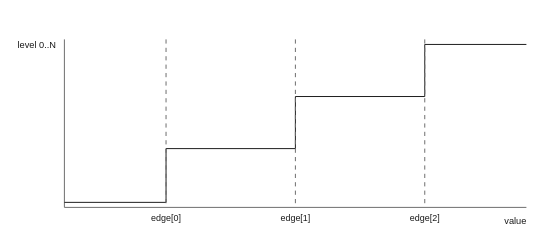
The draw.io diagram images/logic/block_StaircaseN.drawio.svg in pstch/botanik2, before a commit. Source tidied: cells renumbered, new cells last; positions are measured from the earlier drawing's top-left corner, leaving out a move shared by most shapes.
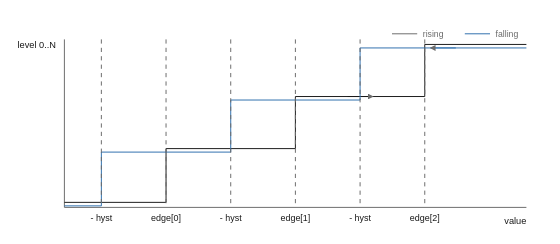
The same file after the commit.

Change to the diagram source:
```diff
@@ -31,30 +31,101 @@
         </Array>
       </mxGeometry>
     </mxCell>
-    <mxCell id="6" style="edgeStyle=none;html=1;strokeColor=#6b6b6b;endArrow=none;dashed=1;" parent="1" edge="1">
+    <mxCell id="6" style="edgeStyle=none;html=1;strokeColor=#1a1a1a;endArrow=block;" parent="1" edge="1">
       <mxGeometry relative="1" as="geometry">
-        <mxPoint x="78.6" y="1" as="sourcePoint" />
-        <mxPoint x="78.6" y="121" as="targetPoint" />
+        <mxPoint x="208.2" y="41.8" as="sourcePoint" />
+        <mxPoint x="226.2" y="41.8" as="targetPoint" />
       </mxGeometry>
     </mxCell>
+    <mxCell id="12" style="edgeStyle=none;html=1;strokeColor=#2f6fae;endArrow=none;" parent="1" edge="1">
+      <mxGeometry relative="1" as="geometry">
+        <mxPoint x="336" y="7.1" as="sourcePoint" />
+        <mxPoint x="6" y="119.9" as="targetPoint" />
+        <Array as="points">
+          <mxPoint x="217.2" y="7.1" />
+          <mxPoint x="217.2" y="44.3" />
+          <mxPoint x="124.8" y="44.3" />
+          <mxPoint x="124.8" y="81.5" />
+          <mxPoint x="32.4" y="81.5" />
+          <mxPoint x="32.4" y="119.9" />
+        </Array>
+      </mxGeometry>
+    </mxCell>
+    <mxCell id="8" style="edgeStyle=none;html=1;strokeColor=#2f6fae;endArrow=block;" parent="1" edge="1">
+      <mxGeometry relative="1" as="geometry">
+        <mxPoint x="285.6" y="7.1" as="sourcePoint" />
+        <mxPoint x="267.6" y="7.1" as="targetPoint" />
+      </mxGeometry>
+    </mxCell>
+    <mxCell id="13" style="edgeStyle=none;html=1;strokeColor=#6b6b6b;endArrow=none;" parent="1" edge="1">
+      <mxGeometry relative="1" as="geometry">
+        <mxPoint x="240" y="-3" as="sourcePoint" />
+        <mxPoint x="258" y="-3" as="targetPoint" />
+      </mxGeometry>
+    </mxCell>
+    <mxCell id="14" value="rising" style="text;html=1;fontSize=6;fontColor=#6b6b6b;align=left;" parent="1" vertex="1">
+      <mxGeometry x="262" y="-7.2" width="40" height="10.2" as="geometry" />
+    </mxCell>
+    <mxCell id="15" style="edgeStyle=none;html=1;strokeColor=#2f6fae;endArrow=none;" parent="1" edge="1">
+      <mxGeometry relative="1" as="geometry">
+        <mxPoint x="292" y="-3" as="sourcePoint" />
+        <mxPoint x="310" y="-3" as="targetPoint" />
+      </mxGeometry>
+    </mxCell>
+    <mxCell id="16" value="falling" style="text;html=1;fontSize=6;fontColor=#6b6b6b;align=left;" parent="1" vertex="1">
+      <mxGeometry x="314" y="-7.2" width="40" height="10.2" as="geometry" />
+    </mxCell>
+    <mxCell id="17" style="edgeStyle=none;html=1;strokeColor=#6b6b6b;endArrow=none;dashed=1;" parent="1" edge="1">
+      <mxGeometry relative="1" as="geometry">
+        <mxPoint x="32.4" y="1" as="sourcePoint" />
+        <mxPoint x="32.4" y="121" as="targetPoint" />
+      </mxGeometry>
+    </mxCell>
+    <mxCell id="18" value="- hyst" style="text;html=1;fontSize=6;fontColor=#1a1a1a;align=center;" parent="1" vertex="1">
+      <mxGeometry x="32.4" y="124.6" width="40" height="10.4" as="geometry" />
+    </mxCell>
+    <mxCell id="19" style="edgeStyle=none;html=1;strokeColor=#6b6b6b;endArrow=none;dashed=1;" parent="1" edge="1">
+      <mxGeometry relative="1" as="geometry">
+        <mxPoint x="78.6" y="1" as="sourcePoint" />
+        <mxPoint x="78.6" y="121" as="targetPoint" />
+      </mxGeometry>
+    </mxCell>
     <mxCell id="7" value="edge[0]" style="text;html=1;fontSize=6;fontColor=#1a1a1a;align=center;" parent="1" vertex="1">
       <mxGeometry x="78.6" y="124.6" width="40" height="10.4" as="geometry" />
     </mxCell>
-    <mxCell id="8" style="edgeStyle=none;html=1;strokeColor=#6b6b6b;endArrow=none;dashed=1;" parent="1" edge="1">
-      <mxGeometry relative="1" as="geometry">
-        <mxPoint x="171" y="1" as="sourcePoint" />
-        <mxPoint x="171" y="121" as="targetPoint" />
-      </mxGeometry>
-    </mxCell>
+    <mxCell id="20" style="edgeStyle=none;html=1;strokeColor=#6b6b6b;endArrow=none;dashed=1;" parent="1" edge="1">
+      <mxGeometry relative="1" as="geometry">
+        <mxPoint x="124.8" y="1" as="sourcePoint" />
+        <mxPoint x="124.8" y="121" as="targetPoint" />
+      </mxGeometry>
+    </mxCell>
+    <mxCell id="21" value="- hyst" style="text;html=1;fontSize=6;fontColor=#1a1a1a;align=center;" parent="1" vertex="1">
+      <mxGeometry x="124.8" y="124.6" width="40" height="10.4" as="geometry" />
+    </mxCell>
+    <mxCell id="22" style="edgeStyle=none;html=1;strokeColor=#6b6b6b;endArrow=none;dashed=1;" parent="1" edge="1">
+      <mxGeometry relative="1" as="geometry">
+        <mxPoint x="171" y="1" as="sourcePoint" />
+        <mxPoint x="171" y="121" as="targetPoint" />
+      </mxGeometry>
+    </mxCell>
     <mxCell id="9" value="edge[1]" style="text;html=1;fontSize=6;fontColor=#1a1a1a;align=center;" parent="1" vertex="1">
       <mxGeometry x="171" y="124.6" width="40" height="10.4" as="geometry" />
     </mxCell>
-    <mxCell id="10" style="edgeStyle=none;html=1;strokeColor=#6b6b6b;endArrow=none;dashed=1;" parent="1" edge="1">
-      <mxGeometry relative="1" as="geometry">
-        <mxPoint x="263.4" y="1" as="sourcePoint" />
-        <mxPoint x="263.4" y="121" as="targetPoint" />
-      </mxGeometry>
-    </mxCell>
+    <mxCell id="23" style="edgeStyle=none;html=1;strokeColor=#6b6b6b;endArrow=none;dashed=1;" parent="1" edge="1">
+      <mxGeometry relative="1" as="geometry">
+        <mxPoint x="217.2" y="1" as="sourcePoint" />
+        <mxPoint x="217.2" y="121" as="targetPoint" />
+      </mxGeometry>
+    </mxCell>
+    <mxCell id="24" value="- hyst" style="text;html=1;fontSize=6;fontColor=#1a1a1a;align=center;" parent="1" vertex="1">
+      <mxGeometry x="217.2" y="124.6" width="40" height="10.4" as="geometry" />
+    </mxCell>
+    <mxCell id="25" style="edgeStyle=none;html=1;strokeColor=#6b6b6b;endArrow=none;dashed=1;" parent="1" edge="1">
+      <mxGeometry relative="1" as="geometry">
+        <mxPoint x="263.4" y="1" as="sourcePoint" />
+        <mxPoint x="263.4" y="121" as="targetPoint" />
+      </mxGeometry>
+    </mxCell>
     <mxCell id="11" value="edge[2]" style="text;html=1;fontSize=6;fontColor=#1a1a1a;align=center;" parent="1" vertex="1">
       <mxGeometry x="263.4" y="124.6" width="40" height="10.4" as="geometry" />
     </mxCell>
```
